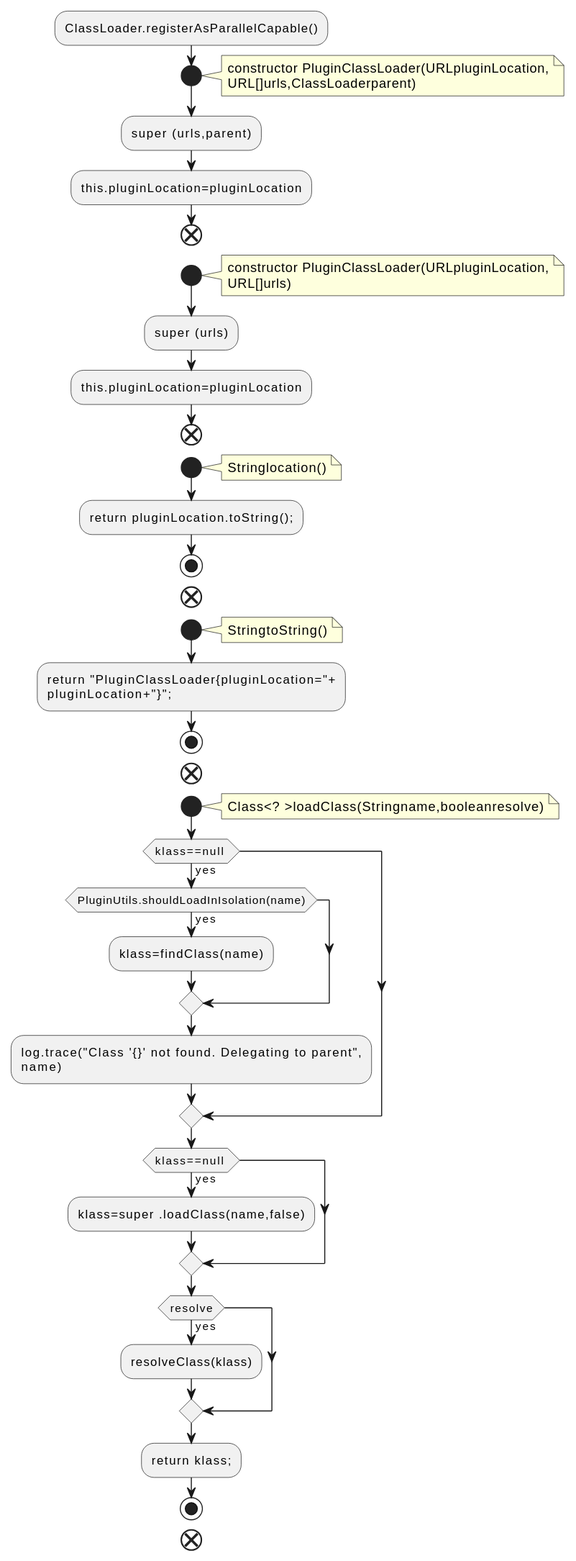
Earlier version of the PlantUML export docs/qc/connect/runtime/src/main/java/org/apache/kafka/connect/runtime/isolation/PluginClassLoader.java.fct.svg (qualitesys/kafka).
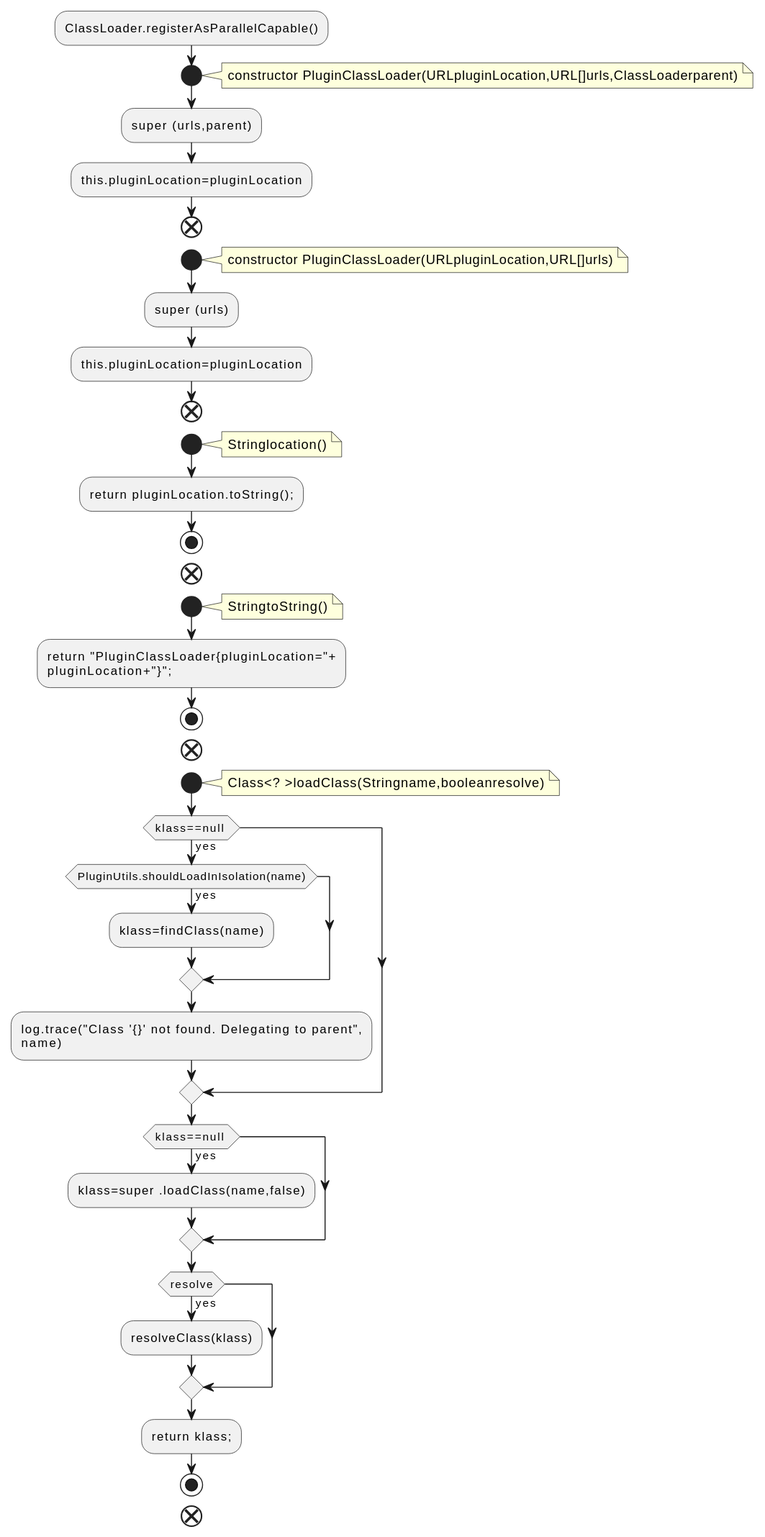
Later version of the same file.

What changed in the source:
```diff
@@ -3,16 +3,14 @@
 :ClassLoader.registerAsParallelCapable();
 start
 note right
-constructor PluginClassLoader(URLpluginLocation,
-URL[]urls,ClassLoaderparent)
+constructor PluginClassLoader(URLpluginLocation,URL[]urls,ClassLoaderparent)
 end note
 :super (urls,parent);
 :this.pluginLocation=pluginLocation;
 end
 start
 note right
-constructor PluginClassLoader(URLpluginLocation,
-URL[]urls)
+constructor PluginClassLoader(URLpluginLocation,URL[]urls)
 end note
 :super (urls);
 :this.pluginLocation=pluginLocation;
```
